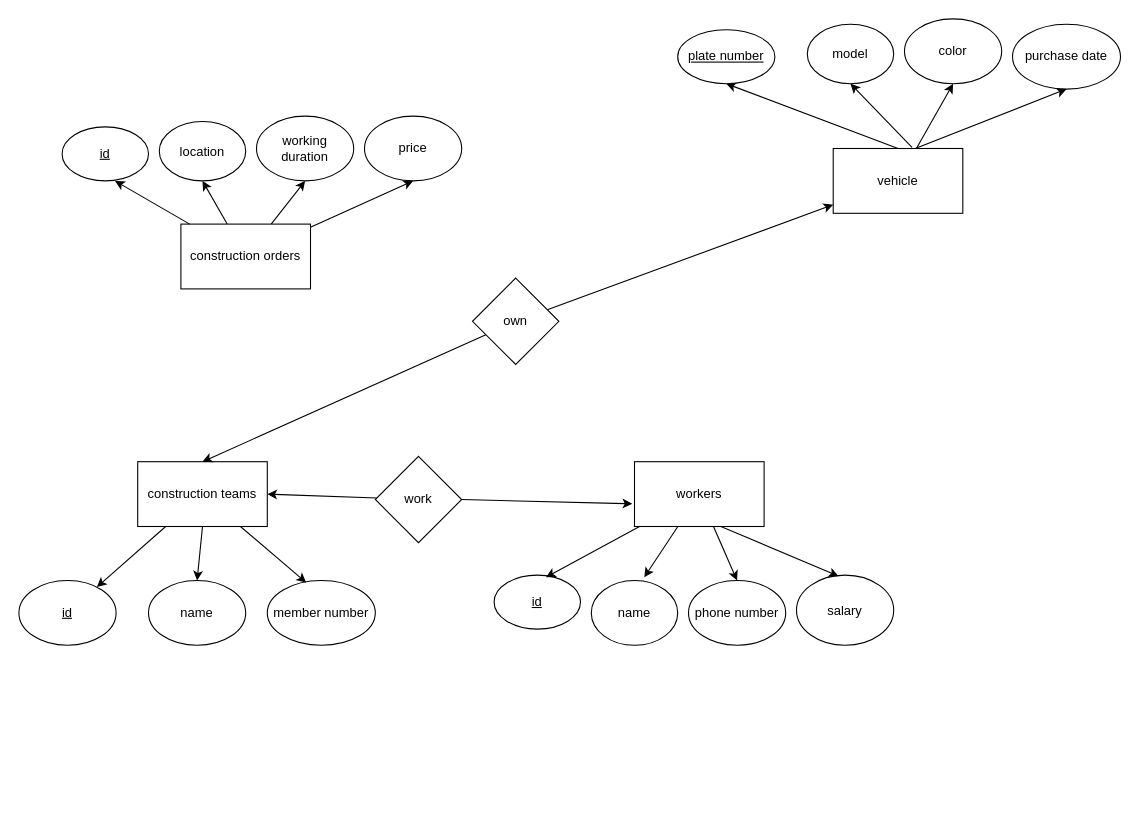
Above: ER diagram&Relational Model.drawio in AudreyYZY/COMP9311 (draw.io), before the change. Source tidied: cells renumbered, new cells numbered last; positions are measured from the earlier drawing's top-left corner, leaving out a move shared by most shapes. Both pictures are drawn from the tidied source at 108%, with x=0, y=0 at pixel (18, 18).
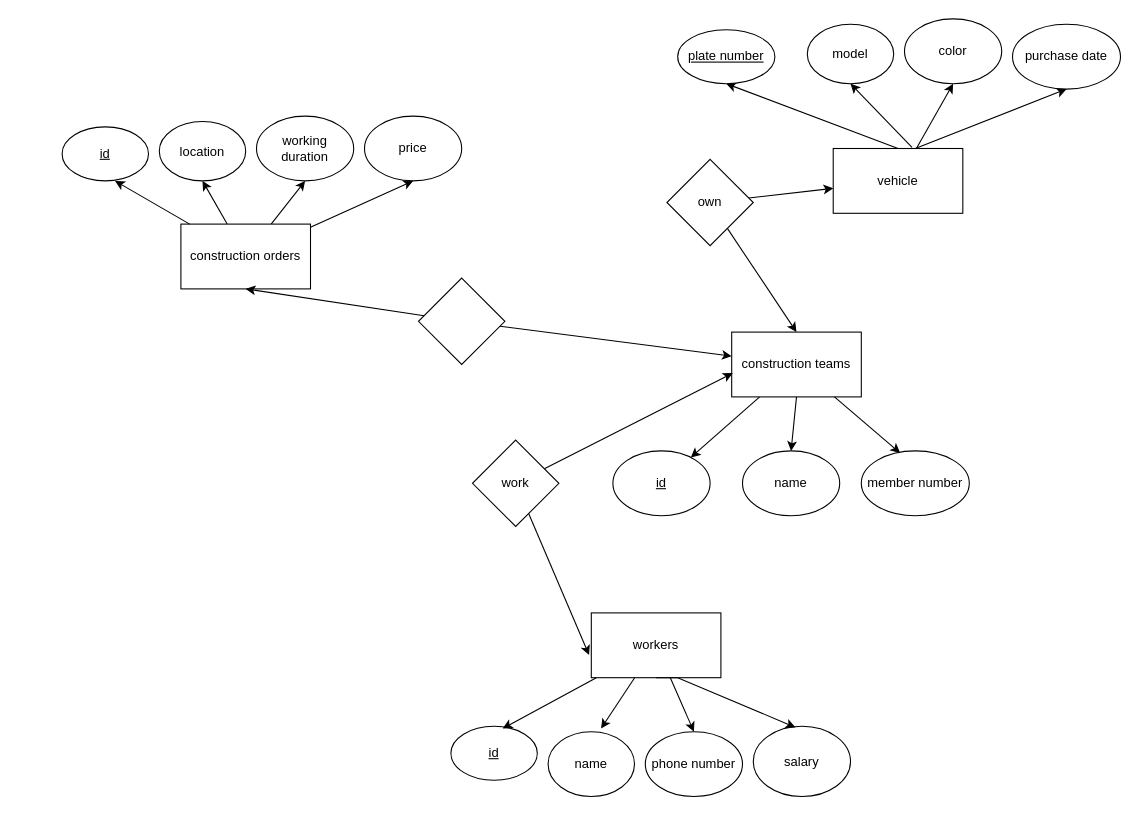
The same page after the edit.

The change refers to these unchanged cells:
```xml
<mxCell id="5" value="construction orders" style="rounded=0;whiteSpace=wrap;html=1;" parent="1" vertex="1">
  <mxGeometry x="150" y="190" width="120" height="60" as="geometry" />
</mxCell>
```

What changed in the source:
```diff
@@
     <mxCell id="8" value="construction teams" style="whiteSpace=wrap;html=1;" parent="1" vertex="1">
-      <mxGeometry x="110" y="410" width="120" height="60" as="geometry" />
+      <mxGeometry x="660" y="290" width="120" height="60" as="geometry" />
     </mxCell>
     <mxCell id="9" value="&lt;u&gt;id&lt;/u&gt;" style="ellipse;whiteSpace=wrap;html=1;" parent="1" vertex="1">
-      <mxGeometry y="520" width="90" height="60" as="geometry" />
+      <mxGeometry x="550" y="400" width="90" height="60" as="geometry" />
     </mxCell>
     <mxCell id="10" value="name" style="ellipse;whiteSpace=wrap;html=1;" parent="1" vertex="1">
-      <mxGeometry x="120" y="520" width="90" height="60" as="geometry" />
+      <mxGeometry x="670" y="400" width="90" height="60" as="geometry" />
     </mxCell>
     <mxCell id="11" value="member number" style="ellipse;whiteSpace=wrap;html=1;" parent="1" vertex="1">
-      <mxGeometry x="230" y="520" width="100" height="60" as="geometry" />
+      <mxGeometry x="780" y="400" width="100" height="60" as="geometry" />
     </mxCell>
@@
     <mxCell id="14" value="workers" style="rounded=0;whiteSpace=wrap;html=1;" parent="1" vertex="1">
-      <mxGeometry x="570" y="410" width="120" height="60" as="geometry" />
+      <mxGeometry x="530" y="550" width="120" height="60" as="geometry" />
     </mxCell>
-    <mxCell id="15" style="rounded=0;jettySize=auto;html=1;entryX=1;entryY=0.5;entryDx=0;entryDy=0;" parent="1" edge="1" source="16" target="8">
+    <mxCell id="15" style="rounded=0;jettySize=auto;html=1;entryX=0.008;entryY=0.633;entryDx=0;entryDy=0;entryPerimeter=0;" parent="1" edge="1" source="16" target="8">
       <mxGeometry relative="1" as="geometry" />
     </mxCell>
     <mxCell id="16" value="work" style="rhombus;whiteSpace=wrap;html=1;" parent="1" vertex="1">
-      <mxGeometry x="330" y="405" width="80" height="80" as="geometry" />
+      <mxGeometry x="420" y="390" width="80" height="80" as="geometry" />
     </mxCell>
-    <mxCell id="17" style="rounded=0;jettySize=auto;html=1;exitX=1;exitY=0.5;exitDx=0;exitDy=0;entryX=-0.017;entryY=0.65;entryDx=0;entryDy=0;entryPerimeter=0;" parent="1" edge="1" source="16" target="14">
+    <mxCell id="17" style="rounded=0;jettySize=auto;html=1;entryX=-0.017;entryY=0.65;entryDx=0;entryDy=0;entryPerimeter=0;" parent="1" edge="1" source="16" target="14">
       <mxGeometry relative="1" as="geometry" />
     </mxCell>
     <mxCell id="18" value="&lt;u&gt;id&lt;/u&gt;" style="ellipse;whiteSpace=wrap;html=1;" parent="1" vertex="1">
-      <mxGeometry x="440" y="515" width="80" height="50" as="geometry" />
+      <mxGeometry x="400" y="655" width="80" height="50" as="geometry" />
     </mxCell>
     <mxCell id="19" value="name" style="ellipse;whiteSpace=wrap;html=1;" parent="1" vertex="1">
-      <mxGeometry x="530" y="520" width="80" height="60" as="geometry" />
+      <mxGeometry x="490" y="660" width="80" height="60" as="geometry" />
     </mxCell>
     <mxCell id="20" value="phone number" style="ellipse;whiteSpace=wrap;html=1;" parent="1" vertex="1">
-      <mxGeometry x="620" y="520" width="90" height="60" as="geometry" />
+      <mxGeometry x="580" y="660" width="90" height="60" as="geometry" />
     </mxCell>
     <mxCell id="21" value="salary" style="ellipse;whiteSpace=wrap;html=1;" parent="1" vertex="1">
-      <mxGeometry x="720" y="515" width="90" height="65" as="geometry" />
+      <mxGeometry x="680" y="655" width="90" height="65" as="geometry" />
     </mxCell>
@@
     <mxCell id="24" style="rounded=0;jettySize=auto;html=1;exitX=0.5;exitY=1;exitDx=0;exitDy=0;entryX=0.433;entryY=0.015;entryDx=0;entryDy=0;entryPerimeter=0;" parent="1" edge="1" source="14" target="21">
       <mxGeometry relative="1" as="geometry">
         <Array as="points">
-          <mxPoint x="650" y="470" />
+          <mxPoint x="610" y="610" />
         </Array>
       </mxGeometry>
     </mxCell>
@@
     <mxCell id="41" value="own" style="rhombus;whiteSpace=wrap;html=1;" parent="1" vertex="1">
-      <mxGeometry x="420" y="240" width="80" height="80" as="geometry" />
+      <mxGeometry x="600" y="130" width="80" height="80" as="geometry" />
     </mxCell>
+    <mxCell id="42" style="rounded=0;jettySize=auto;html=1;entryX=0.5;entryY=1;entryDx=0;entryDy=0;" parent="1" edge="1" source="44" target="5">
+      <mxGeometry relative="1" as="geometry" />
+    </mxCell>
+    <mxCell id="43" style="rounded=0;jettySize=auto;html=1;" parent="1" edge="1" source="44" target="8">
+      <mxGeometry relative="1" as="geometry" />
+    </mxCell>
+    <mxCell id="44" style="rhombus;whiteSpace=wrap;html=1;" parent="1" vertex="1">
+      <mxGeometry x="370" y="240" width="80" height="80" as="geometry" />
+    </mxCell>
```
